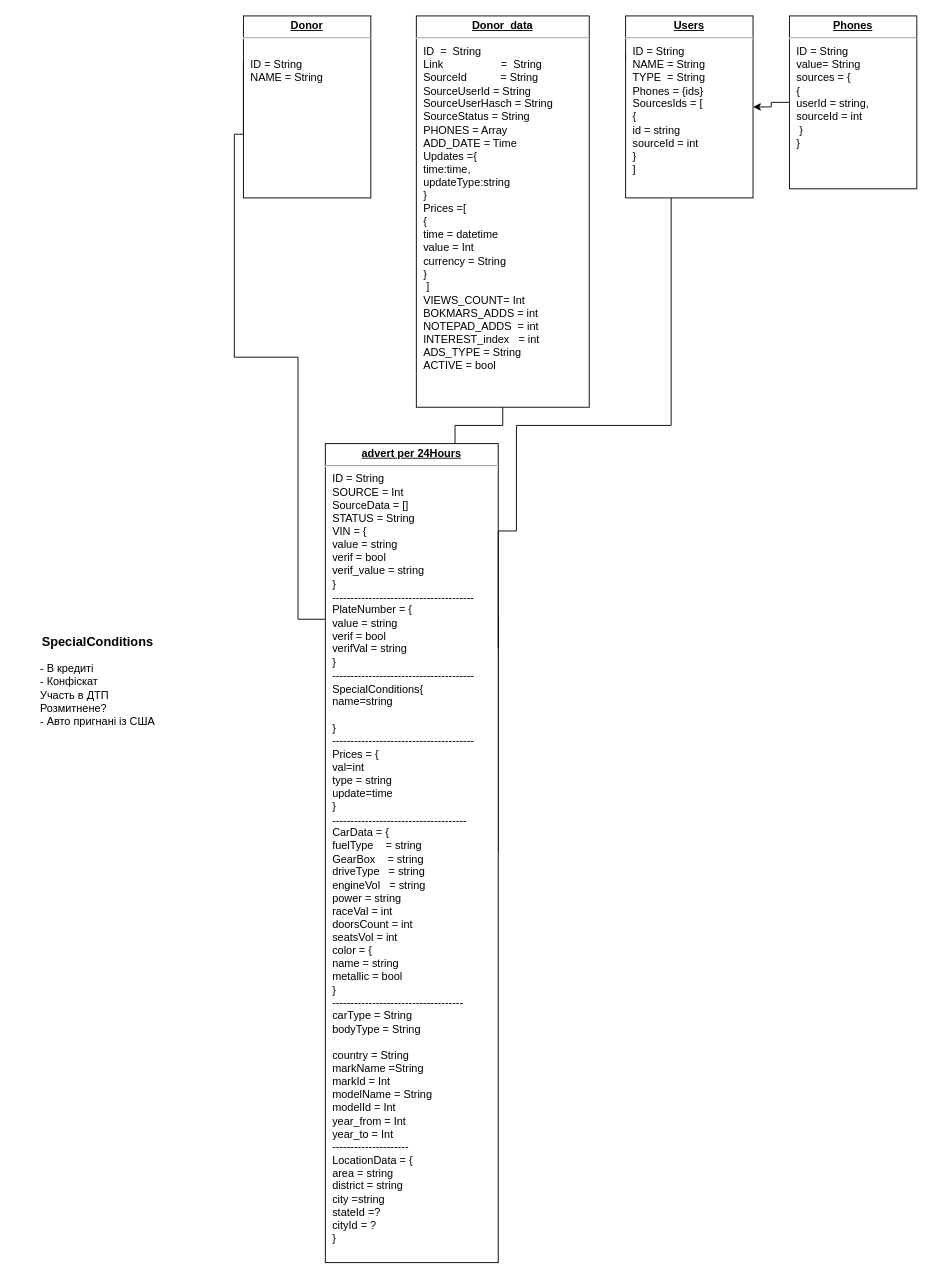
Dromich/car_dog_diagram keeps this draw.io diagram as .drawio. Above is the earlier version. Source tidied: cells renumbered, new cells numbered last; positions are measured from the earlier drawing's top-left corner, leaving out a move shared by most shapes. Both pictures are drawn from the tidied source at 91%, with x=0, y=0 at pixel (15, 15).
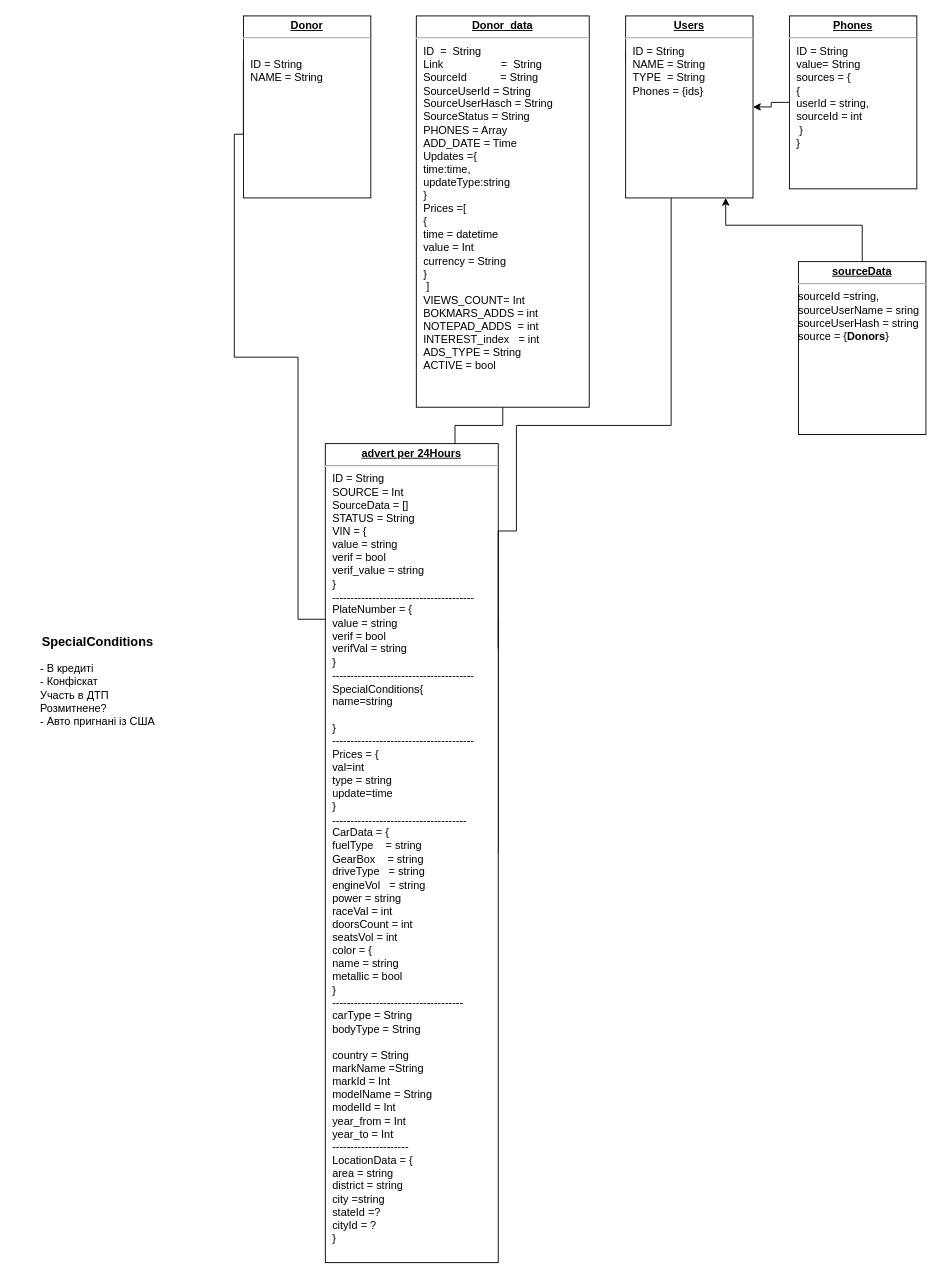
The same page after the edit.

The edit, as a diff of the source:
```diff
@@
-    <mxCell id="5" value="&lt;p style=&quot;margin: 0px ; margin-top: 4px ; text-align: center ; text-decoration: underline&quot;&gt;&lt;b&gt;Users&lt;/b&gt;&lt;br&gt;&lt;/p&gt;&lt;hr&gt;&lt;p style=&quot;margin: 0px ; margin-left: 8px&quot;&gt;ID = String&lt;/p&gt;&lt;p style=&quot;margin: 0px ; margin-left: 8px&quot;&gt;NAME = String&lt;/p&gt;&lt;p style=&quot;margin: 0px ; margin-left: 8px&quot;&gt;TYPE&amp;nbsp; = String&lt;/p&gt;&lt;p style=&quot;margin: 0px ; margin-left: 8px&quot;&gt;Phones = {ids}&lt;/p&gt;&lt;p style=&quot;margin: 0px ; margin-left: 8px&quot;&gt;SourcesIds = [&lt;/p&gt;&lt;p style=&quot;margin: 0px ; margin-left: 8px&quot;&gt;{&lt;/p&gt;&lt;p style=&quot;margin: 0px ; margin-left: 8px&quot;&gt;id = string&lt;/p&gt;&lt;p style=&quot;margin: 0px ; margin-left: 8px&quot;&gt;sourceId = int&lt;br&gt;&lt;/p&gt;&lt;p style=&quot;margin: 0px ; margin-left: 8px&quot;&gt;}&lt;br&gt;&lt;/p&gt;&lt;p style=&quot;margin: 0px ; margin-left: 8px&quot;&gt;]&lt;br&gt;&lt;/p&gt;&lt;p style=&quot;margin: 0px ; margin-left: 8px&quot;&gt;&lt;br&gt;&lt;/p&gt;" style="verticalAlign=top;align=left;overflow=fill;fontSize=12;fontFamily=Helvetica;html=1;rounded=0;shadow=0;comic=0;labelBackgroundColor=none;strokeWidth=1;" parent="1" vertex="1">
+    <mxCell id="5" value="&lt;p style=&quot;margin: 0px ; margin-top: 4px ; text-align: center ; text-decoration: underline&quot;&gt;&lt;b&gt;Users&lt;/b&gt;&lt;br&gt;&lt;/p&gt;&lt;hr&gt;&lt;p style=&quot;margin: 0px ; margin-left: 8px&quot;&gt;ID = String&lt;/p&gt;&lt;p style=&quot;margin: 0px ; margin-left: 8px&quot;&gt;NAME = String&lt;/p&gt;&lt;p style=&quot;margin: 0px ; margin-left: 8px&quot;&gt;TYPE&amp;nbsp; = String&lt;/p&gt;&lt;p style=&quot;margin: 0px ; margin-left: 8px&quot;&gt;Phones = {ids}&lt;/p&gt;&lt;br&gt;&lt;p style=&quot;margin: 0px ; margin-left: 8px&quot;&gt;&lt;br&gt;&lt;/p&gt;" style="verticalAlign=top;align=left;overflow=fill;fontSize=12;fontFamily=Helvetica;html=1;rounded=0;shadow=0;comic=0;labelBackgroundColor=none;strokeWidth=1;" parent="1" vertex="1">
       <mxGeometry x="670" width="140" height="200" as="geometry" />
     </mxCell>
@@
+    <mxCell id="12" style="edgeStyle=orthogonalEdgeStyle;rounded=0;jettySize=auto;html=1;" parent="1" edge="1" source="13" target="5">
+      <mxGeometry relative="1" as="geometry">
+        <Array as="points">
+          <mxPoint x="930" y="230" />
+          <mxPoint x="780" y="230" />
+        </Array>
+      </mxGeometry>
+    </mxCell>
+    <mxCell id="13" value="&lt;p style=&quot;margin: 0px ; margin-top: 4px ; text-align: center ; text-decoration: underline&quot;&gt;&lt;b&gt;sourceData&lt;/b&gt;&lt;br&gt;&lt;/p&gt;&lt;hr&gt;&lt;div&gt;sourceId =string,&lt;/div&gt;&lt;div&gt;sourceUserName = sring&lt;/div&gt;&lt;div&gt;sourceUserHash = string&lt;/div&gt;&lt;div&gt;source = {&lt;b&gt;Donors&lt;/b&gt;}&lt;br&gt;&lt;/div&gt;&lt;br&gt;&lt;p style=&quot;margin: 0px ; margin-left: 8px&quot;&gt;&lt;br&gt;&lt;/p&gt;" style="verticalAlign=top;align=left;overflow=fill;fontSize=12;fontFamily=Helvetica;html=1;rounded=0;shadow=0;comic=0;labelBackgroundColor=none;strokeWidth=1;" parent="1" vertex="1">
+      <mxGeometry x="860" y="270" width="140" height="190" as="geometry" />
+    </mxCell>
```
